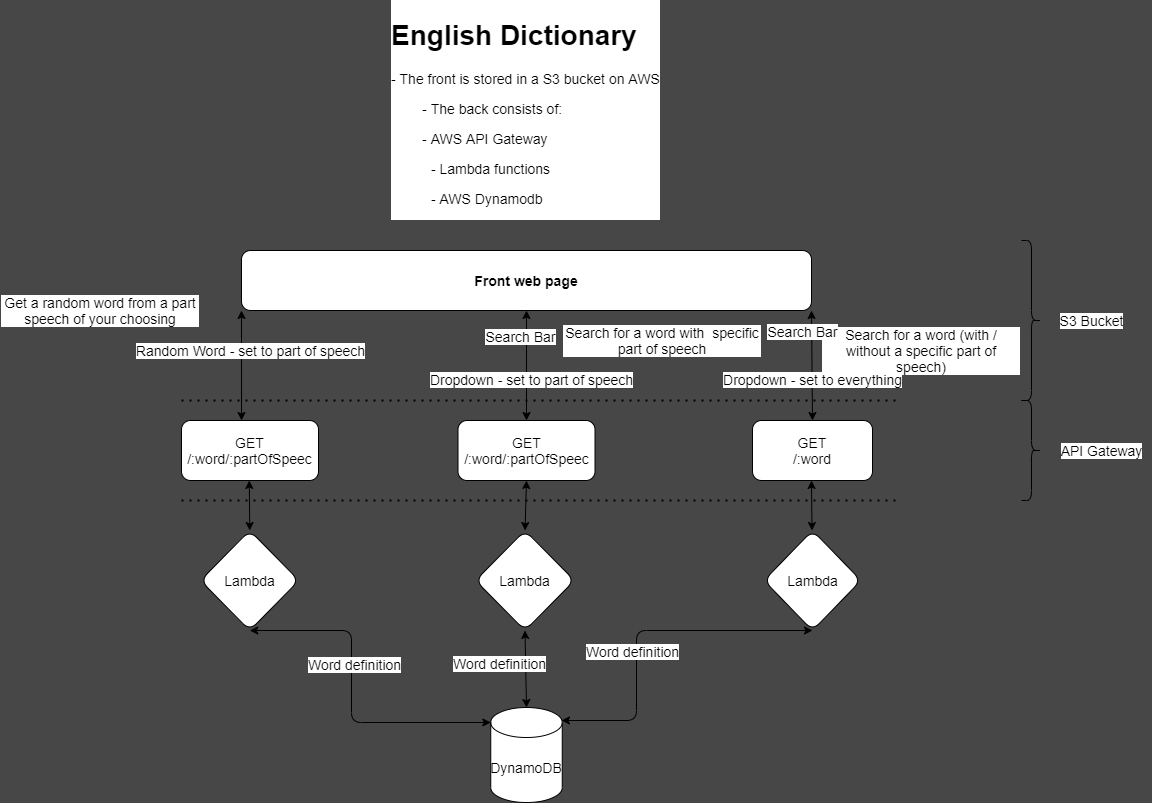
Above: backend/assets/general_arch.png in orrosman/AWS-Dictionary (draw.io), before the change. Source tidied: cells renumbered, new cells last; positions are measured from the earlier drawing's top-left corner, leaving out a move shared by most shapes.
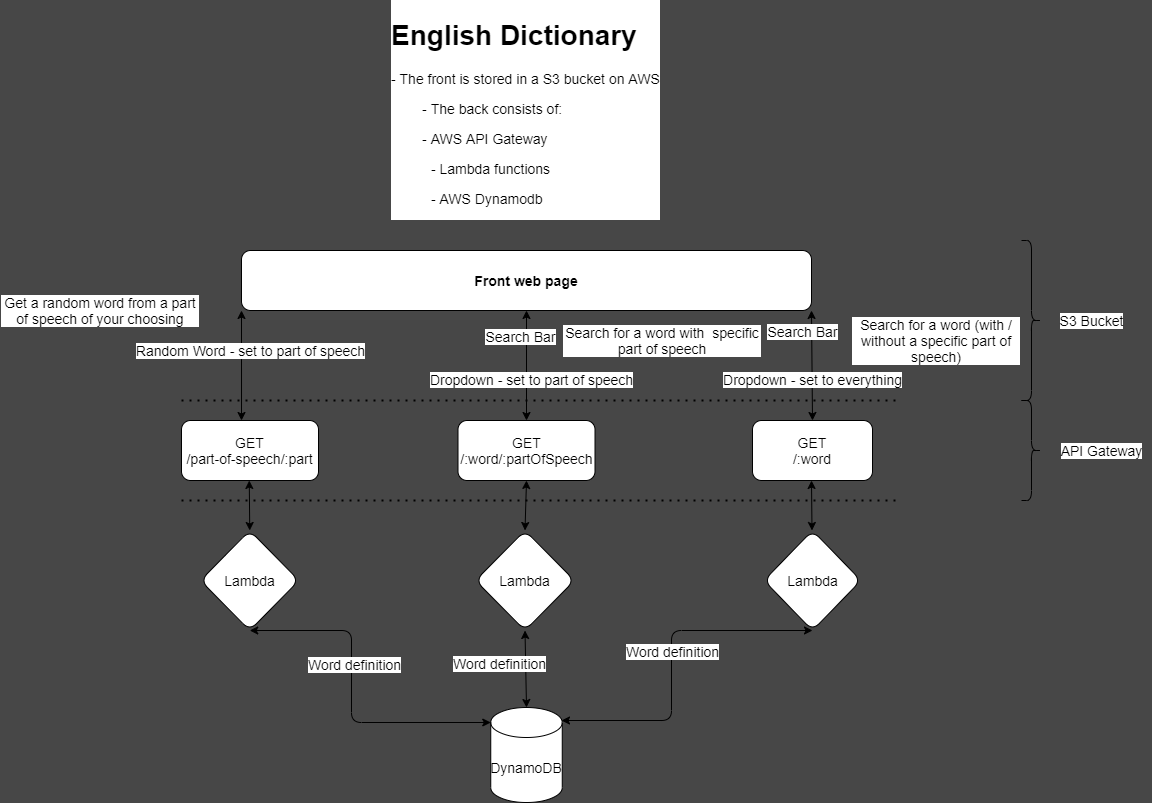
After the commit.

Diff of the diagram source:
```diff
@@ -9,12 +9,12 @@
       <mxGeometry x="752" y="410" width="120" height="60" as="geometry" />
     </mxCell>
     <mxCell id="4" value="Search for a word (with / without a specific part of speech)" style="text;html=1;strokeColor=none;fillColor=none;align=center;verticalAlign=middle;whiteSpace=wrap;rounded=1;fontSize=14;labelBackgroundColor=default;" parent="1" vertex="1">
-      <mxGeometry x="821" y="320" width="200" height="40" as="geometry" />
+      <mxGeometry x="851" y="310" width="170" height="40" as="geometry" />
     </mxCell>
-    <mxCell id="5" value="&lt;span style=&quot;text-align: left; font-size: 14px;&quot;&gt;GET&lt;br style=&quot;font-size: 14px;&quot;&gt;/:word/:partOfSpeec&lt;/span&gt;" style="whiteSpace=wrap;html=1;rounded=1;fontSize=14;" parent="1" vertex="1">
+    <mxCell id="5" value="&lt;span style=&quot;text-align: left ; font-size: 14px&quot;&gt;GET&lt;br style=&quot;font-size: 14px&quot;&gt;/:word/:partOfSpeech&lt;/span&gt;" style="whiteSpace=wrap;html=1;rounded=1;fontSize=14;" parent="1" vertex="1">
       <mxGeometry x="457.5" y="410" width="137" height="60" as="geometry" />
     </mxCell>
-    <mxCell id="6" value="&lt;span style=&quot;text-align: left; font-size: 14px;&quot;&gt;GET&lt;br style=&quot;font-size: 14px;&quot;&gt;/:word/:partOfSpeec&lt;/span&gt;" style="whiteSpace=wrap;html=1;rounded=1;fontSize=14;" parent="1" vertex="1">
+    <mxCell id="6" value="&lt;span style=&quot;text-align: left ; font-size: 14px&quot;&gt;GET&lt;br style=&quot;font-size: 14px&quot;&gt;&lt;/span&gt;&lt;span style=&quot;text-align: left&quot;&gt;/part-of-speech/:part&lt;/span&gt;&lt;span style=&quot;text-align: left ; font-size: 14px&quot;&gt;&lt;br&gt;&lt;/span&gt;" style="whiteSpace=wrap;html=1;rounded=1;fontSize=14;" parent="1" vertex="1">
       <mxGeometry x="181" y="410" width="137" height="60" as="geometry" />
     </mxCell>
     <mxCell id="7" value="Lambda" style="rhombus;whiteSpace=wrap;html=1;rounded=1;fontSize=14;" parent="1" vertex="1">
@@ -44,8 +44,8 @@
       <mxGeometry relative="1" as="geometry">
         <mxPoint x="561" y="710" as="sourcePoint" />
         <Array as="points">
-          <mxPoint x="636" y="710" />
-          <mxPoint x="636" y="620" />
+          <mxPoint x="671" y="710" />
+          <mxPoint x="671" y="620" />
         </Array>
       </mxGeometry>
     </mxCell>
@@ -53,7 +53,7 @@
       <mxGeometry relative="1" as="geometry" />
     </mxCell>
     <mxCell id="15" value="Word definition" style="edgeLabel;html=1;align=center;verticalAlign=middle;rounded=1;fontSize=14;" parent="1" vertex="1">
-      <mxGeometry x="631" y="640" as="geometry" />
+      <mxGeometry x="671" y="640" as="geometry" />
     </mxCell>
     <mxCell id="16" value="Word definition" style="edgeLabel;html=1;align=center;verticalAlign=middle;rounded=1;fontSize=14;" parent="1" vertex="1">
       <mxGeometry x="498.5" y="652.2" as="geometry" />
@@ -97,7 +97,7 @@
     <mxCell id="27" value="Dropdown - set to everything" style="edgeLabel;html=1;align=center;verticalAlign=middle;rounded=1;fontSize=14;" parent="1" vertex="1">
       <mxGeometry x="811" y="368" as="geometry" />
     </mxCell>
-    <mxCell id="28" value="&lt;span style=&quot;&quot;&gt;Get a random word from a part speech of your choosing&lt;/span&gt;" style="text;html=1;strokeColor=none;fillColor=none;align=center;verticalAlign=middle;whiteSpace=wrap;rounded=1;fontSize=14;labelBackgroundColor=default;" parent="1" vertex="1">
+    <mxCell id="28" value="&lt;span&gt;Get a random word from a part of speech of your choosing&lt;/span&gt;" style="text;html=1;strokeColor=none;fillColor=none;align=center;verticalAlign=middle;whiteSpace=wrap;rounded=1;fontSize=14;labelBackgroundColor=default;" parent="1" vertex="1">
       <mxGeometry y="280" width="200" height="40" as="geometry" />
     </mxCell>
     <mxCell id="29" value="Search for a word with&amp;nbsp; specific part of speech" style="text;html=1;strokeColor=none;fillColor=none;align=center;verticalAlign=middle;whiteSpace=wrap;rounded=1;fontSize=14;labelBackgroundColor=default;" parent="1" vertex="1">
```
